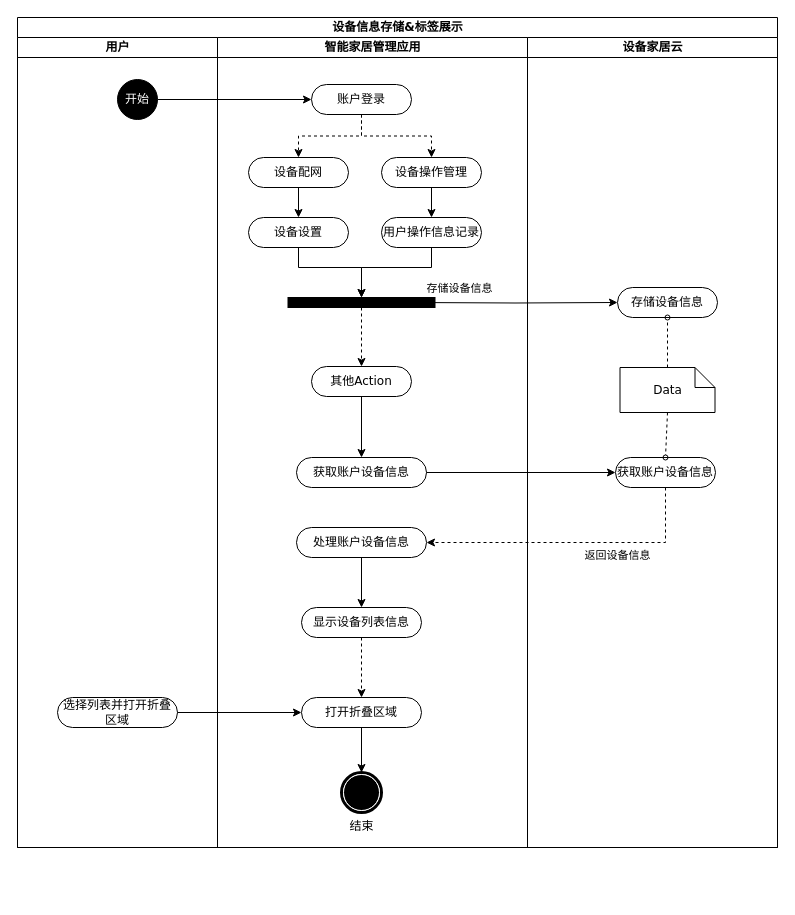
Earlier version of the draw.io diagram draw/智能家居配网场景设备发现与标签展示.drawio (befairyliu/draw.io). Source tidied: cells renumbered, new cells numbered last; positions are measured from the earlier drawing's top-left corner, leaving out a move shared by most shapes. Both pictures are drawn from the tidied source at 100%, with x=0, y=0 at pixel (17, 17).
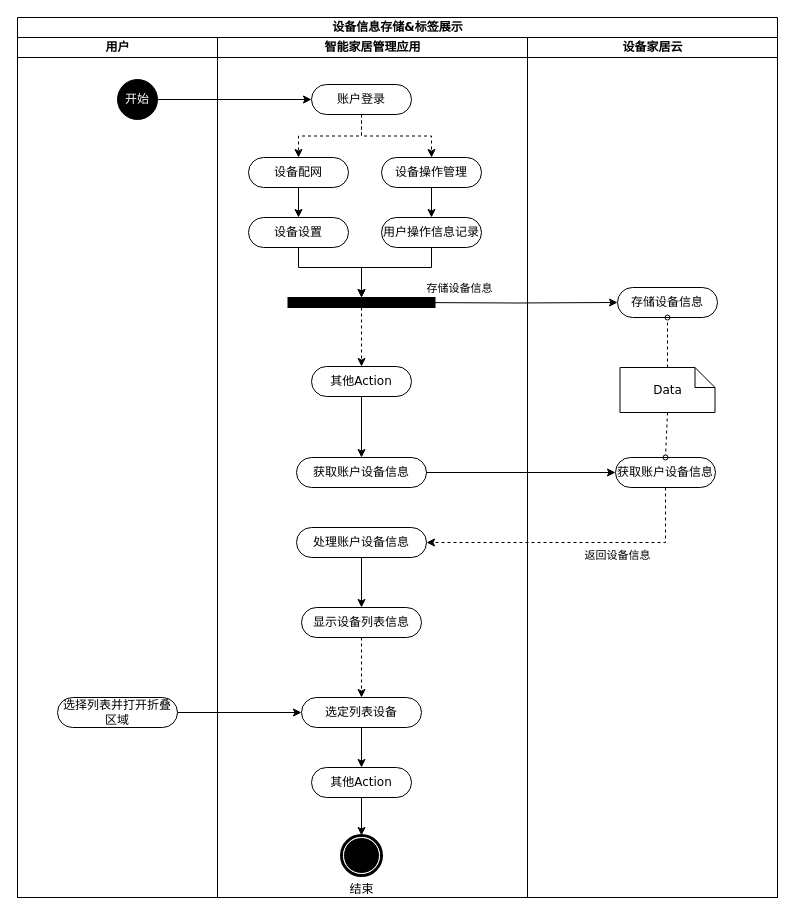
The same diagram, later.

Commit message:
Update 智能家居配网场景设备发现与标签展示.drawio

The edit, as a diff of the source:
```diff
@@
     <mxCell id="2" value="设备信息存储&amp;amp;标签展示" style="swimlane;html=1;startSize=20;rounded=0;shadow=0;comic=0;labelBackgroundColor=none;strokeWidth=1;fontFamily=Verdana;fontSize=12;align=center;" parent="1" vertex="1">
-      <mxGeometry width="760" height="830" as="geometry" />
+      <mxGeometry width="760" height="880" as="geometry" />
     </mxCell>
     <mxCell id="3" value="用户" style="swimlane;html=1;startSize=20;" parent="2" vertex="1">
-      <mxGeometry y="20" width="200" height="810" as="geometry" />
+      <mxGeometry y="20" width="200" height="860" as="geometry" />
     </mxCell>
@@
     <mxCell id="6" value="智能家居管理应用" style="swimlane;html=1;startSize=20;" parent="2" vertex="1">
-      <mxGeometry x="200" y="20" width="310" height="810" as="geometry" />
+      <mxGeometry x="200" y="20" width="310" height="860" as="geometry" />
     </mxCell>
@@
-    <mxCell id="16" value="结束" style="shape=mxgraph.bpmn.shape;html=1;verticalLabelPosition=bottom;labelBackgroundColor=#ffffff;verticalAlign=top;perimeter=ellipsePerimeter;outline=end;symbol=terminate;rounded=0;shadow=0;comic=0;strokeWidth=1;fontFamily=Verdana;fontSize=12;align=center;" parent="6" vertex="1">
-      <mxGeometry x="124" y="735" width="40" height="40" as="geometry" />
-    </mxCell>
-    <mxCell id="17" style="edgeStyle=orthogonalEdgeStyle;rounded=0;jettySize=auto;html=1;exitX=0.5;exitY=1;exitDx=0;exitDy=0;entryX=0.5;entryY=0;entryDx=0;entryDy=0;" parent="6" edge="1" source="18" target="16">
-      <mxGeometry relative="1" as="geometry" />
-    </mxCell>
+    <mxCell id="43" style="edgeStyle=orthogonalEdgeStyle;rounded=0;jettySize=auto;html=1;exitX=0.5;exitY=1;exitDx=0;exitDy=0;entryX=0.5;entryY=0;entryDx=0;entryDy=0;" parent="6" edge="1" source="18" target="45">
+      <mxGeometry relative="1" as="geometry" />
+    </mxCell>
-    <mxCell id="18" value="打开折叠区域" style="rounded=1;whiteSpace=wrap;html=1;shadow=0;comic=0;labelBackgroundColor=none;strokeWidth=1;fontFamily=Verdana;fontSize=12;align=center;arcSize=50;" parent="6" vertex="1">
+    <mxCell id="18" value="选定列表设备" style="rounded=1;whiteSpace=wrap;html=1;shadow=0;comic=0;labelBackgroundColor=none;strokeWidth=1;fontFamily=Verdana;fontSize=12;align=center;arcSize=50;" parent="6" vertex="1">
       <mxGeometry x="84" y="660" width="120" height="30" as="geometry" />
     </mxCell>
@@
+    <mxCell id="16" value="结束" style="shape=mxgraph.bpmn.shape;html=1;verticalLabelPosition=bottom;labelBackgroundColor=#ffffff;verticalAlign=top;perimeter=ellipsePerimeter;outline=end;symbol=terminate;rounded=0;shadow=0;comic=0;strokeWidth=1;fontFamily=Verdana;fontSize=12;align=center;" parent="6" vertex="1">
+      <mxGeometry x="124" y="798" width="40" height="40" as="geometry" />
+    </mxCell>
+    <mxCell id="44" style="edgeStyle=orthogonalEdgeStyle;rounded=0;jettySize=auto;html=1;exitX=0.5;exitY=1;exitDx=0;exitDy=0;entryX=0.5;entryY=0;entryDx=0;entryDy=0;" parent="6" edge="1" source="45" target="16">
+      <mxGeometry relative="1" as="geometry" />
+    </mxCell>
+    <mxCell id="45" value="其他Action" style="rounded=1;whiteSpace=wrap;html=1;shadow=0;comic=0;labelBackgroundColor=none;strokeWidth=1;fontFamily=Verdana;fontSize=12;align=center;arcSize=50;" parent="6" vertex="1">
+      <mxGeometry x="94" y="730" width="100" height="30" as="geometry" />
+    </mxCell>
@@
     <mxCell id="32" value="设备家居云" style="swimlane;html=1;startSize=20;" parent="2" vertex="1">
-      <mxGeometry x="510" y="20" width="250" height="810" as="geometry" />
+      <mxGeometry x="510" y="20" width="250" height="860" as="geometry" />
     </mxCell>
```
